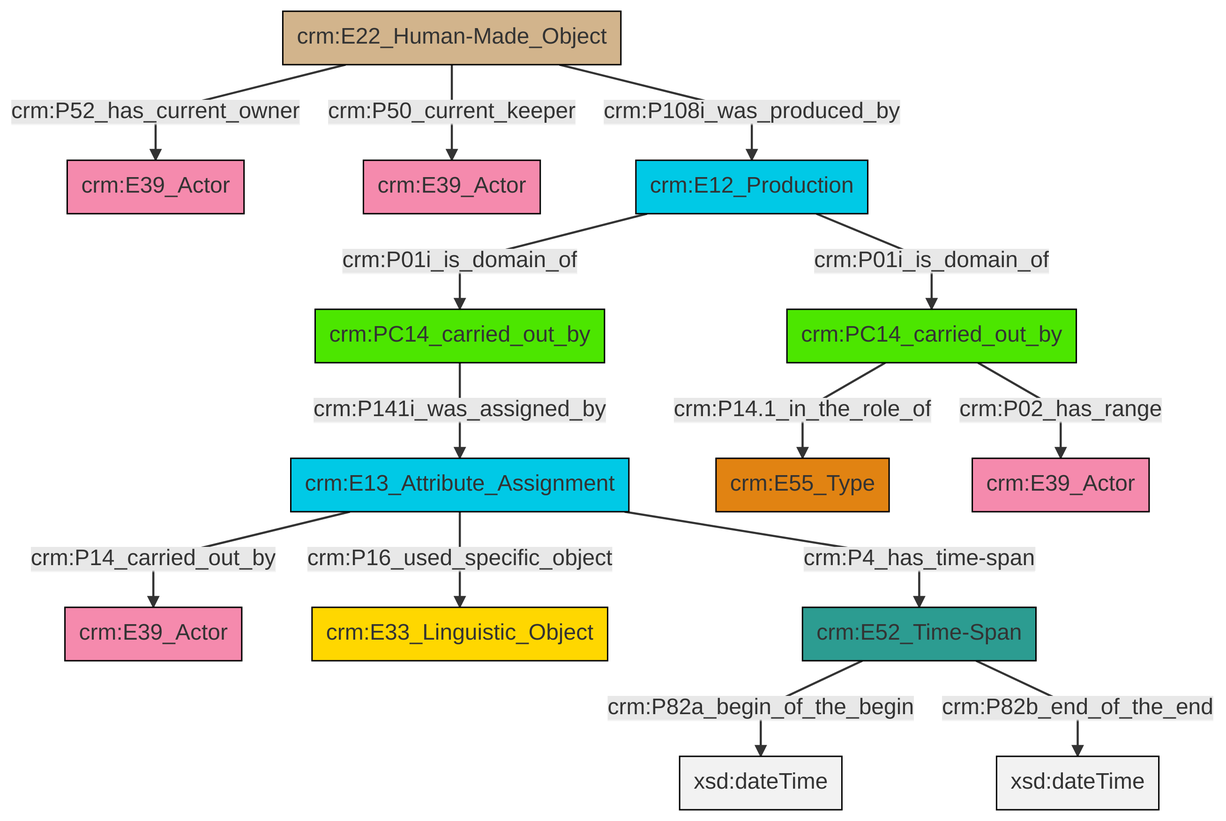
Before: et/carrierCSV/ttl/mmd/png/carrier_relations.png, a diagram exported from Mermaid (swiss-art-research-net/docs.swissartresearch). Its source is kept beside it as et/carrierCSV/ttl/mmd/carrier_relations.ttl.mmd.
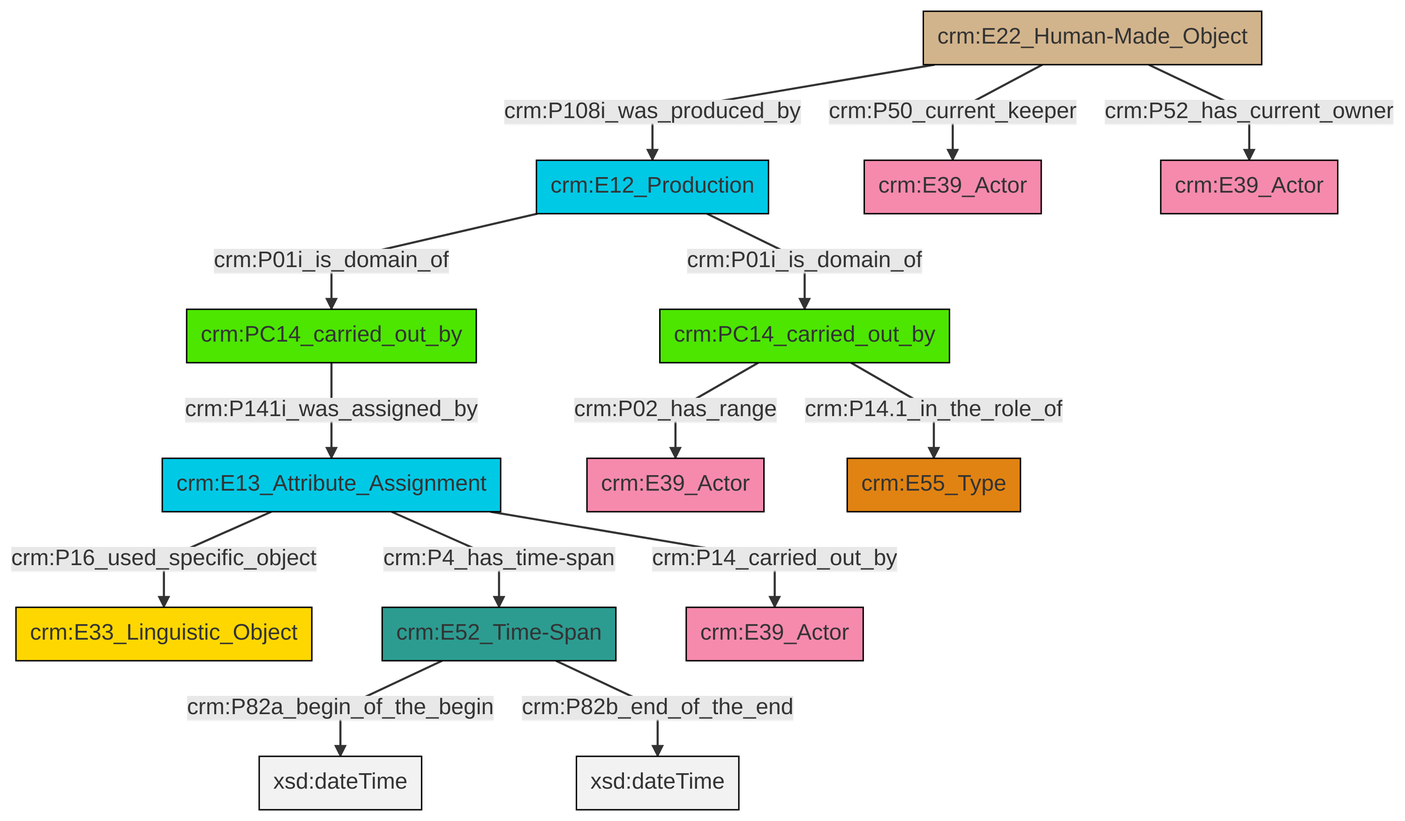
Later version of the same file.

The edit, as a diff of the source:
```diff
@@ -13,16 +13,16 @@
 classDef PC_Classes fill:#4ce600, stroke:#000000;
 classDef Multi fill:#cccccc,stroke:#000000;
 
-0["crm:E22_Human-Made_Object"]:::Physical_Thing -->|crm:P52_has_current_owner| 1["crm:E39_Actor"]:::Actor
-5["crm:PC14_carried_out_by"]:::PC_Classes -->|crm:P14.1_in_the_role_of| 6["crm:E55_Type"]:::Type
-7["crm:E12_Production"]:::Temporal_Entity -->|crm:P01i_is_domain_of| 3["crm:PC14_carried_out_by"]:::PC_Classes
-3["crm:PC14_carried_out_by"]:::PC_Classes -->|crm:P141i_was_assigned_by| 10["crm:E13_Attribute_Assignment"]:::Temporal_Entity
-10["crm:E13_Attribute_Assignment"]:::Temporal_Entity -->|crm:P14_carried_out_by| 8["crm:E39_Actor"]:::Actor
-10["crm:E13_Attribute_Assignment"]:::Temporal_Entity -->|crm:P16_used_specific_object| 12["crm:E33_Linguistic_Object"]:::Conceptual_Object
-14["crm:E52_Time-Span"]:::Time-Span -->|crm:P82a_begin_of_the_begin| 15[xsd:dateTime]:::Literal
-7["crm:E12_Production"]:::Temporal_Entity -->|crm:P01i_is_domain_of| 5["crm:PC14_carried_out_by"]:::PC_Classes
-0["crm:E22_Human-Made_Object"]:::Physical_Thing -->|crm:P50_current_keeper| 16["crm:E39_Actor"]:::Actor
-14["crm:E52_Time-Span"]:::Time-Span -->|crm:P82b_end_of_the_end| 18[xsd:dateTime]:::Literal
-5["crm:PC14_carried_out_by"]:::PC_Classes -->|crm:P02_has_range| 20["crm:E39_Actor"]:::Actor
-0["crm:E22_Human-Made_Object"]:::Physical_Thing -->|crm:P108i_was_produced_by| 7["crm:E12_Production"]:::Temporal_Entity
-10["crm:E13_Attribute_Assignment"]:::Temporal_Entity -->|crm:P4_has_time-span| 14["crm:E52_Time-Span"]:::Time-Span
+2["crm:E12_Production"]:::Temporal_Entity -->|crm:P01i_is_domain_of| 0["crm:PC14_carried_out_by"]:::PC_Classes
+3["crm:E22_Human-Made_Object"]:::Physical_Thing -->|crm:P108i_was_produced_by| 2["crm:E12_Production"]:::Temporal_Entity
+6["crm:PC14_carried_out_by"]:::PC_Classes -->|crm:P02_has_range| 7["crm:E39_Actor"]:::Actor
+16["crm:E13_Attribute_Assignment"]:::Temporal_Entity -->|crm:P16_used_specific_object| 13["crm:E33_Linguistic_Object"]:::Conceptual_Object
+6["crm:PC14_carried_out_by"]:::PC_Classes -->|crm:P14.1_in_the_role_of| 20["crm:E55_Type"]:::Type
+16["crm:E13_Attribute_Assignment"]:::Temporal_Entity -->|crm:P4_has_time-span| 9["crm:E52_Time-Span"]:::Time-Span
+2["crm:E12_Production"]:::Temporal_Entity -->|crm:P01i_is_domain_of| 6["crm:PC14_carried_out_by"]:::PC_Classes
+0["crm:PC14_carried_out_by"]:::PC_Classes -->|crm:P141i_was_assigned_by| 16["crm:E13_Attribute_Assignment"]:::Temporal_Entity
+9["crm:E52_Time-Span"]:::Time-Span -->|crm:P82a_begin_of_the_begin| 21[xsd:dateTime]:::Literal
+16["crm:E13_Attribute_Assignment"]:::Temporal_Entity -->|crm:P14_carried_out_by| 18["crm:E39_Actor"]:::Actor
+3["crm:E22_Human-Made_Object"]:::Physical_Thing -->|crm:P50_current_keeper| 4["crm:E39_Actor"]:::Actor
+3["crm:E22_Human-Made_Object"]:::Physical_Thing -->|crm:P52_has_current_owner| 11["crm:E39_Actor"]:::Actor
+9["crm:E52_Time-Span"]:::Time-Span -->|crm:P82b_end_of_the_end| 25[xsd:dateTime]:::Literal
```
